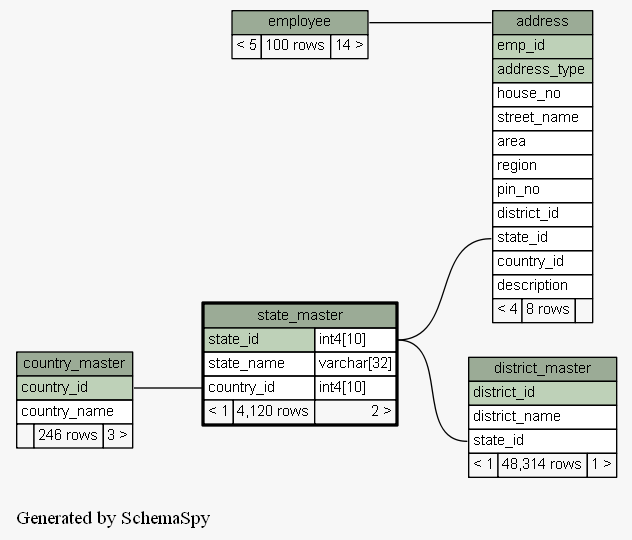
Earlier version of the Graphviz export docs/database/schemaspy/graphs/state_master.2degrees.png (engineerscraft/hrms). Its source is kept beside it as docs/database/schemaspy/graphs/state_master.2degrees.dot.
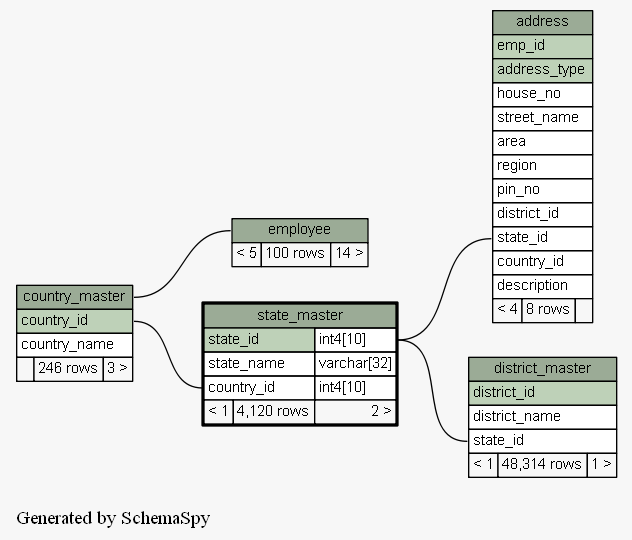
After the commit.

Change to the diagram source:
```diff
@@ -13,9 +13,9 @@
   edge [
     arrowsize="0.8"
   ];
-  "address":"address.heading":w -> "employee":"employee.heading":e [arrowtail=crowtee arrowhead=none];
   "address":"state_id":w -> "state_master":"state_id.type":e [arrowtail=crowodot arrowhead=none];
   "district_master":"state_id":w -> "state_master":"state_id.type":e [arrowtail=crowodot arrowhead=none];
+  "employee":"employee.heading":w -> "country_master":"country_master.heading":e [arrowtail=crowodot arrowhead=none];
   "state_master":"country_id":w -> "country_master":"country_id":e [arrowtail=crowodot arrowhead=none];
   "address" [
     label=<
```
